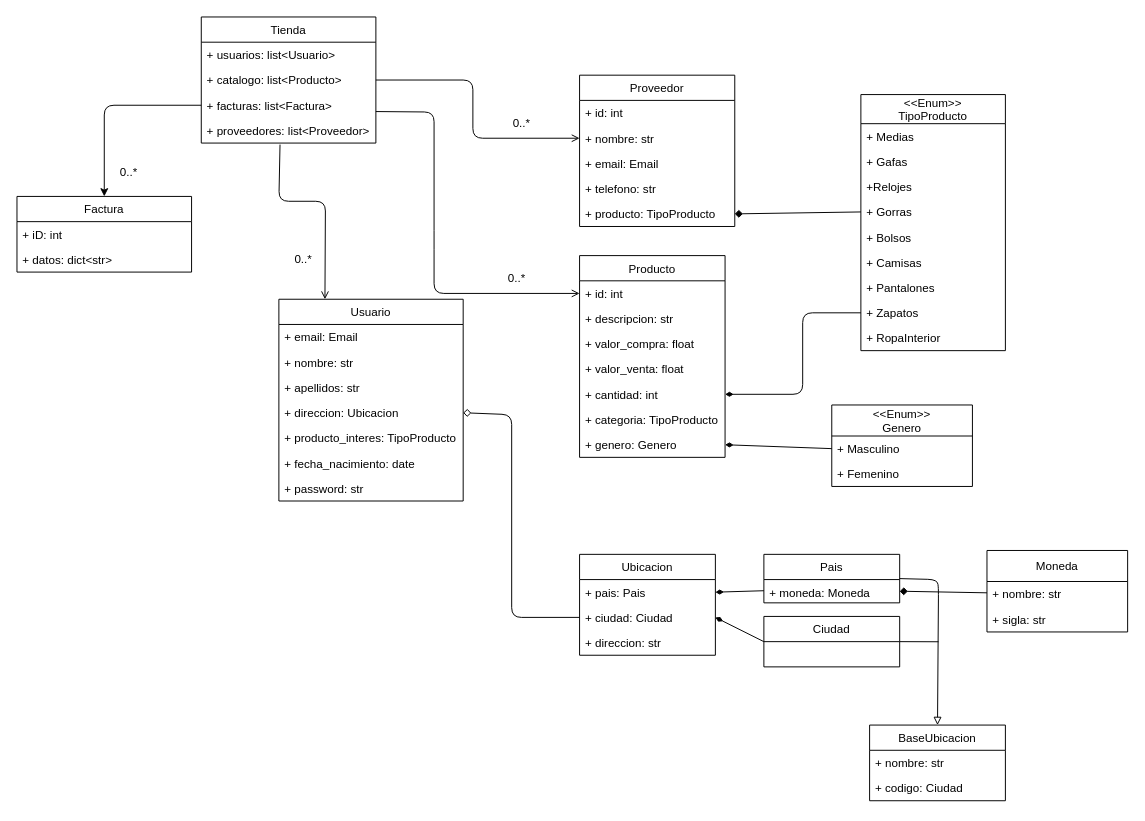
Earlier version of the draw.io diagram diagrams/Gucci.drawio (miguelgomezg/Gucci). Source tidied: cells renumbered, new cells numbered last; positions are measured from the earlier drawing's top-left corner, leaving out a move shared by most shapes. Both pictures are drawn from the tidied source at 97%, with x=0, y=0 at pixel (16, 16).
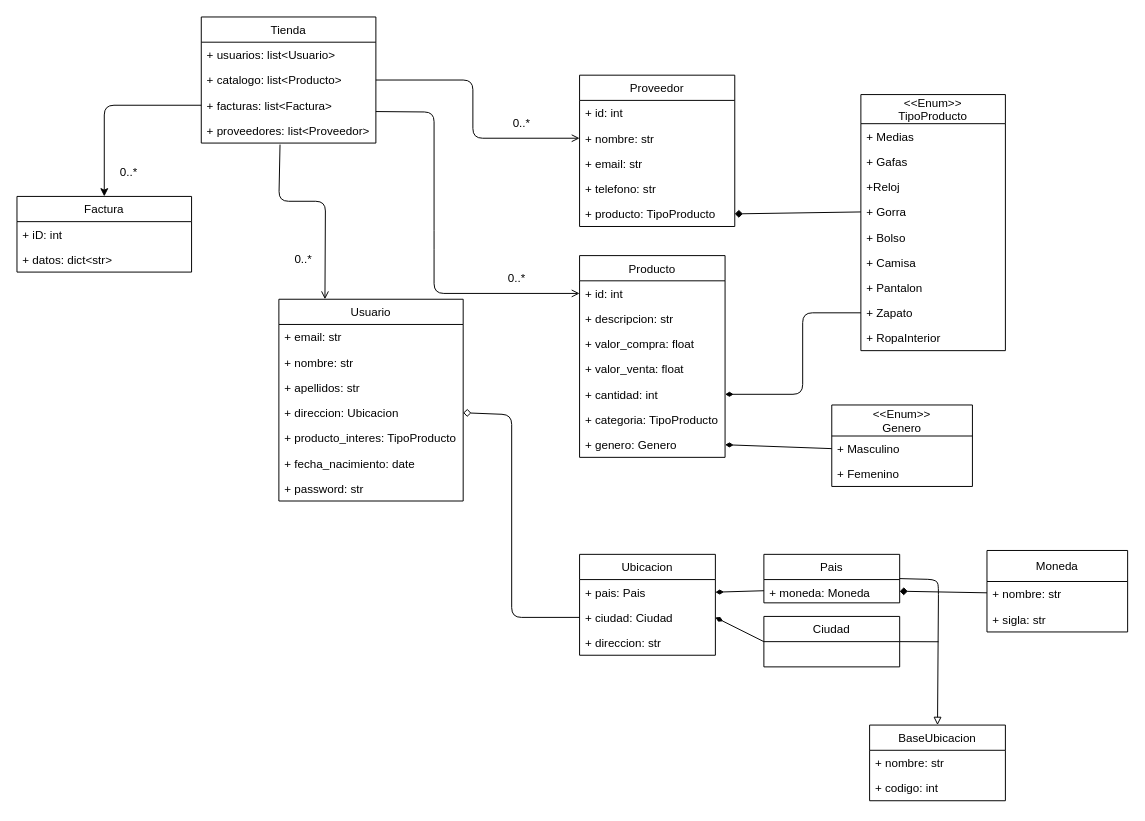
The same page after the edit.

The change refers to these unchanged cells:
```xml
<mxCell id="2" value="&lt;&lt;Enum&gt;&gt;&#10;TipoProducto" style="swimlane;fontStyle=0;horizontal=1;startSize=30;fillColor=none;" parent="1" vertex="1">
  <mxGeometry x="870" y="80" width="149" height="264" as="geometry" />
</mxCell>
<mxCell id="26" value="Usuario" style="swimlane;fontStyle=0;horizontal=1;startSize=26;fillColor=none;" parent="1" vertex="1">
  <mxGeometry x="270" y="291" width="190" height="208" as="geometry" />
</mxCell>
<mxCell id="38" value="BaseUbicacion" style="swimlane;fontStyle=0;horizontal=1;startSize=26;fillColor=none;" parent="1" vertex="1">
  <mxGeometry x="879" y="730" width="140" height="78" as="geometry" />
</mxCell>
<mxCell id="49" value="Proveedor" style="swimlane;fontStyle=0;horizontal=1;startSize=26;fillColor=none;" parent="1" vertex="1">
  <mxGeometry x="580" y="60" width="160" height="156" as="geometry" />
</mxCell>
```

Diff of the diagram source:
```diff
@@
-    <mxCell id="5" value="+Relojes " style="text;strokeColor=none;fillColor=none;align=left;verticalAlign=top;spacingLeft=4;spacingRight=4;overflow=hidden;" parent="2" vertex="1">
+    <mxCell id="5" value="+Reloj" style="text;strokeColor=none;fillColor=none;align=left;verticalAlign=top;spacingLeft=4;spacingRight=4;overflow=hidden;" parent="2" vertex="1">
       <mxGeometry y="82" width="149" height="26" as="geometry" />
     </mxCell>
-    <mxCell id="6" value="+ Gorras" style="text;strokeColor=none;fillColor=none;align=left;verticalAlign=top;spacingLeft=4;spacingRight=4;overflow=hidden;points=[[0,0.5],[1,0.5]];portConstraint=eastwest;" parent="2" vertex="1">
+    <mxCell id="6" value="+ Gorra" style="text;strokeColor=none;fillColor=none;align=left;verticalAlign=top;spacingLeft=4;spacingRight=4;overflow=hidden;points=[[0,0.5],[1,0.5]];portConstraint=eastwest;" parent="2" vertex="1">
       <mxGeometry y="108" width="149" height="26" as="geometry" />
     </mxCell>
-    <mxCell id="7" value="+ Bolsos" style="text;strokeColor=none;fillColor=none;align=left;verticalAlign=top;spacingLeft=4;spacingRight=4;overflow=hidden;" parent="2" vertex="1">
+    <mxCell id="7" value="+ Bolso" style="text;strokeColor=none;fillColor=none;align=left;verticalAlign=top;spacingLeft=4;spacingRight=4;overflow=hidden;" parent="2" vertex="1">
       <mxGeometry y="134" width="149" height="26" as="geometry" />
     </mxCell>
-    <mxCell id="8" value="+ Camisas" style="text;strokeColor=none;fillColor=none;align=left;verticalAlign=top;spacingLeft=4;spacingRight=4;overflow=hidden;" parent="2" vertex="1">
+    <mxCell id="8" value="+ Camisa" style="text;strokeColor=none;fillColor=none;align=left;verticalAlign=top;spacingLeft=4;spacingRight=4;overflow=hidden;" parent="2" vertex="1">
       <mxGeometry y="160" width="149" height="26" as="geometry" />
     </mxCell>
-    <mxCell id="9" value="+ Pantalones" style="text;strokeColor=none;fillColor=none;align=left;verticalAlign=top;spacingLeft=4;spacingRight=4;overflow=hidden;" parent="2" vertex="1">
+    <mxCell id="9" value="+ Pantalon" style="text;strokeColor=none;fillColor=none;align=left;verticalAlign=top;spacingLeft=4;spacingRight=4;overflow=hidden;" parent="2" vertex="1">
       <mxGeometry y="186" width="149" height="26" as="geometry" />
     </mxCell>
-    <mxCell id="10" value="+ Zapatos" style="text;strokeColor=none;fillColor=none;align=left;verticalAlign=top;spacingLeft=4;spacingRight=4;overflow=hidden;points=[[0,0.5],[1,0.5]];portConstraint=eastwest;" parent="2" vertex="1">
+    <mxCell id="10" value="+ Zapato" style="text;strokeColor=none;fillColor=none;align=left;verticalAlign=top;spacingLeft=4;spacingRight=4;overflow=hidden;points=[[0,0.5],[1,0.5]];portConstraint=eastwest;" parent="2" vertex="1">
       <mxGeometry y="212" width="149" height="26" as="geometry" />
     </mxCell>
@@
-    <mxCell id="27" value="+ email: Email" style="text;strokeColor=none;fillColor=none;align=left;verticalAlign=top;spacingLeft=4;spacingRight=4;overflow=hidden;" parent="26" vertex="1">
+    <mxCell id="27" value="+ email: str" style="text;strokeColor=none;fillColor=none;align=left;verticalAlign=top;spacingLeft=4;spacingRight=4;overflow=hidden;" parent="26" vertex="1">
       <mxGeometry y="26" width="190" height="26" as="geometry" />
     </mxCell>
@@
-    <mxCell id="40" value="+ codigo: Ciudad" style="text;strokeColor=none;fillColor=none;align=left;verticalAlign=top;spacingLeft=4;spacingRight=4;overflow=hidden;" parent="38" vertex="1">
+    <mxCell id="40" value="+ codigo: int" style="text;strokeColor=none;fillColor=none;align=left;verticalAlign=top;spacingLeft=4;spacingRight=4;overflow=hidden;" parent="38" vertex="1">
       <mxGeometry y="52" width="140" height="26" as="geometry" />
     </mxCell>
@@
-    <mxCell id="52" value="+ email: Email" style="text;strokeColor=none;fillColor=none;align=left;verticalAlign=top;spacingLeft=4;spacingRight=4;overflow=hidden;" parent="49" vertex="1">
+    <mxCell id="52" value="+ email: str" style="text;strokeColor=none;fillColor=none;align=left;verticalAlign=top;spacingLeft=4;spacingRight=4;overflow=hidden;" parent="49" vertex="1">
       <mxGeometry y="78" width="160" height="26" as="geometry" />
     </mxCell>
```
